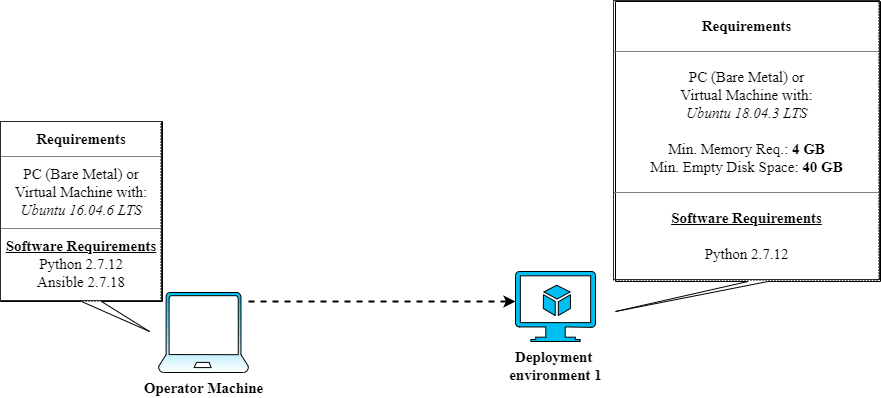
Before: images/environment_description.png, a diagram exported from draw.io (LABORA-INF-UFG/oaisim-free5gc-install). Source tidied: cells renumbered, new cells last; positions are measured from the earlier drawing's top-left corner, leaving out a move shared by most shapes.
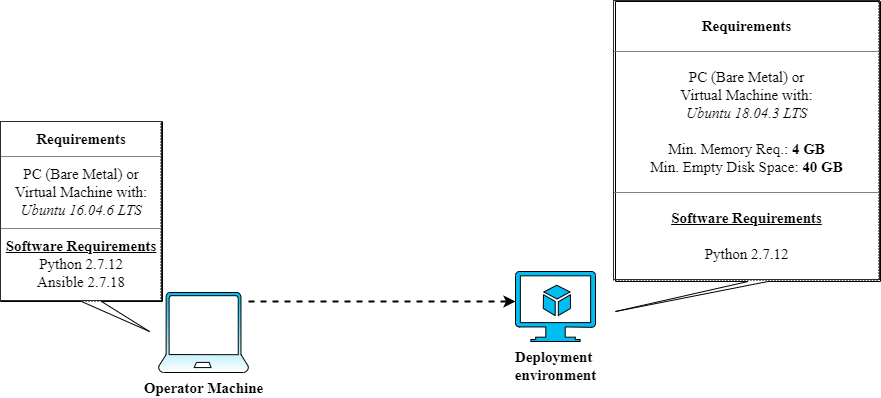
Later version of the same file.

Diff of the diagram source:
```diff
@@ -13,7 +13,7 @@
     <mxCell id="3" value="Operator Machine" style="verticalLabelPosition=bottom;html=1;verticalAlign=top;align=center;strokeColor=#000000;fillColor=#00BEF2;shape=mxgraph.azure.laptop;shadow=0;fontFamily=Times New Roman;fontStyle=1;fontSize=15;gradientColor=#ffffff;" parent="1" vertex="1">
       <mxGeometry x="158" y="292" width="90" height="80" as="geometry" />
     </mxCell>
-    <mxCell id="4" value="Deployment &lt;br style=&quot;font-size: 15px&quot;&gt;environment 1" style="verticalLabelPosition=bottom;html=1;verticalAlign=top;align=center;strokeColor=#000000;fillColor=#00BEF2;shape=mxgraph.azure.virtual_machine_feature;fontSize=15;fontStyle=1;fontFamily=Times New Roman;" parent="1" vertex="1">
+    <mxCell id="4" value="Deployment &lt;br style=&quot;font-size: 15px&quot;&gt;environment" style="verticalLabelPosition=bottom;html=1;verticalAlign=top;align=center;strokeColor=#000000;fillColor=#00BEF2;shape=mxgraph.azure.virtual_machine_feature;fontSize=15;fontStyle=1;fontFamily=Times New Roman;" parent="1" vertex="1">
       <mxGeometry x="515" y="271" width="80" height="70" as="geometry" />
     </mxCell>
     <mxCell id="5" style="shape=callout;whiteSpace=wrap;html=1;perimeter=calloutPerimeter;shadow=0;strokeColor=#000000;fillColor=#FFFFFF;fontFamily=Times New Roman;fontSize=15;position2=0.92;" parent="1" vertex="1">
```
